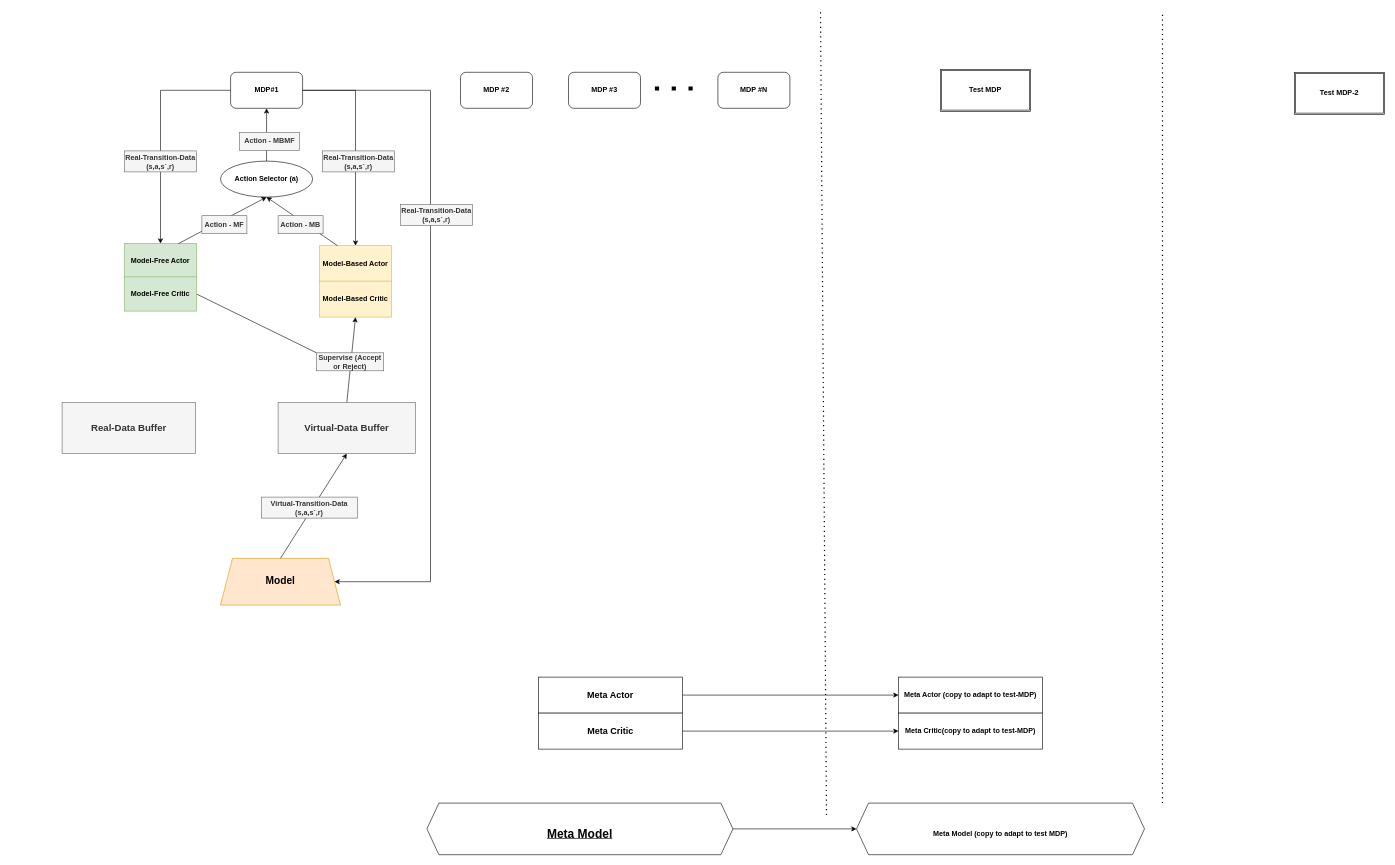
Above: Hybrid_MBMF_MetaRL.drawio in jgwak1/research_problem_frameworks (draw.io), before the change. Source tidied: cells renumbered, new cells numbered last; positions are measured from the earlier drawing's top-left corner, leaving out a move shared by most shapes. Both pictures are drawn from the tidied source at 60%, with x=0, y=0 at pixel (62, 11).
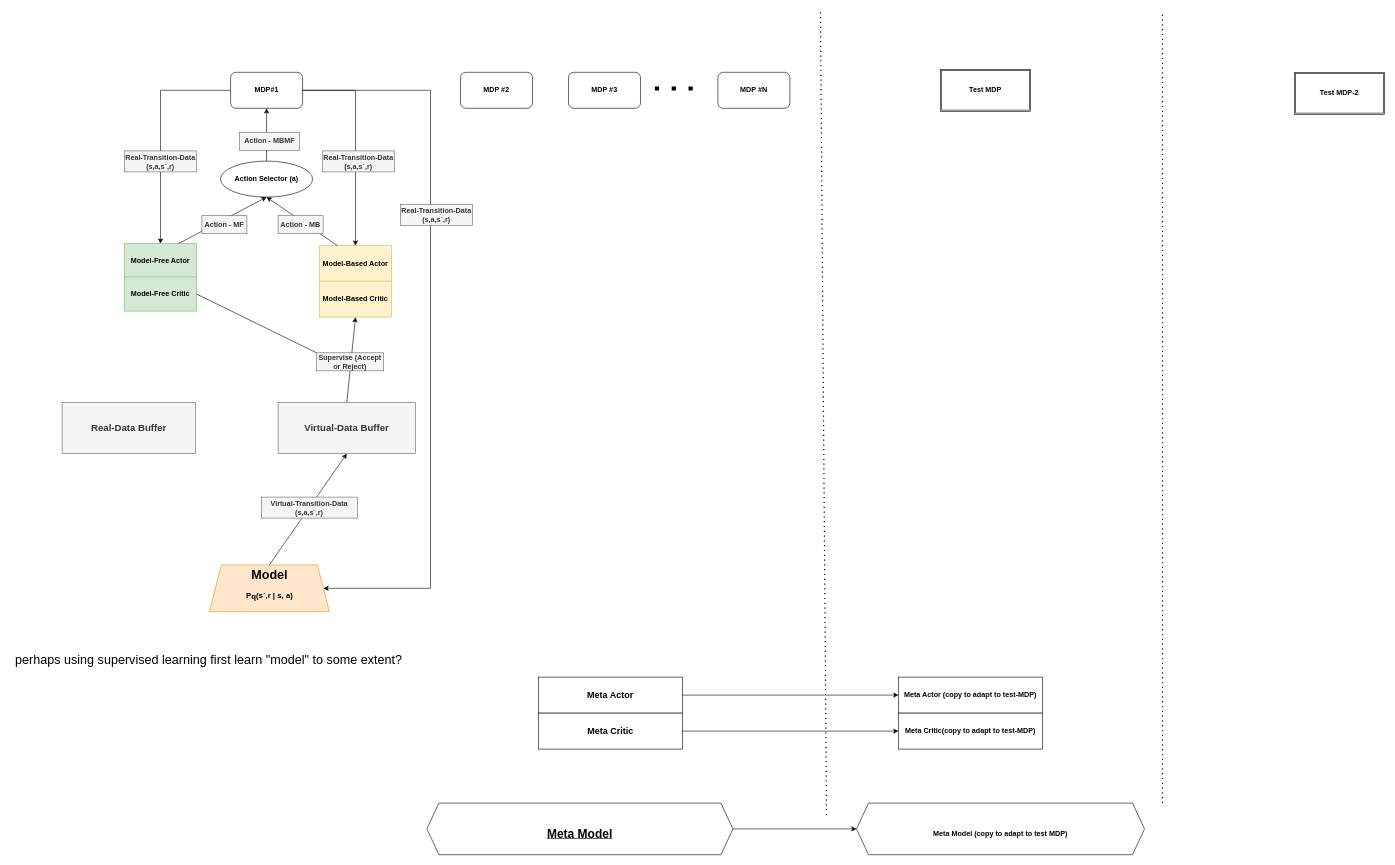
After the change.

Change to the diagram source:
```diff
@@
-    <mxCell id="9" value="&lt;b&gt;&lt;font style=&quot;font-size: 17px&quot;&gt;Model&lt;/font&gt;&lt;/b&gt;" style="shape=trapezoid;perimeter=trapezoidPerimeter;whiteSpace=wrap;html=1;fixedSize=1;fillColor=#ffe6cc;strokeColor=#d79b00;" parent="1" vertex="1">
-      <mxGeometry x="264" y="912" width="200" height="78" as="geometry" />
+    <mxCell id="9" value="&lt;b&gt;&lt;font&gt;&lt;font style=&quot;font-size: 21px&quot;&gt;Model&lt;/font&gt;&lt;br&gt;&lt;/font&gt;&lt;/b&gt;&lt;p class=&quot;MsoNormal&quot; style=&quot;font-size: 13px&quot;&gt;&lt;b&gt;P&lt;sub&gt;&lt;span style=&quot;font-family: &amp;#34;symbol&amp;#34; ; font-size: 13px&quot;&gt;q&lt;/span&gt;&lt;/sub&gt;(s`,r | s, a)&lt;/b&gt;&lt;/p&gt;" style="shape=trapezoid;perimeter=trapezoidPerimeter;whiteSpace=wrap;html=1;fixedSize=1;fillColor=#ffe6cc;strokeColor=#d79b00;" parent="1" vertex="1">
+      <mxGeometry x="245.5" y="923" width="200" height="78" as="geometry" />
     </mxCell>
@@
+    <mxCell id="45" value="perhaps using supervised learning first learn &quot;model&quot; to some extent?" style="text;html=1;align=center;verticalAlign=middle;strokeColor=none;fillColor=none;fontSize=21;" parent="1" vertex="1">
+      <mxGeometry x="-86" y="1065" width="660" height="30" as="geometry" />
+    </mxCell>
```
